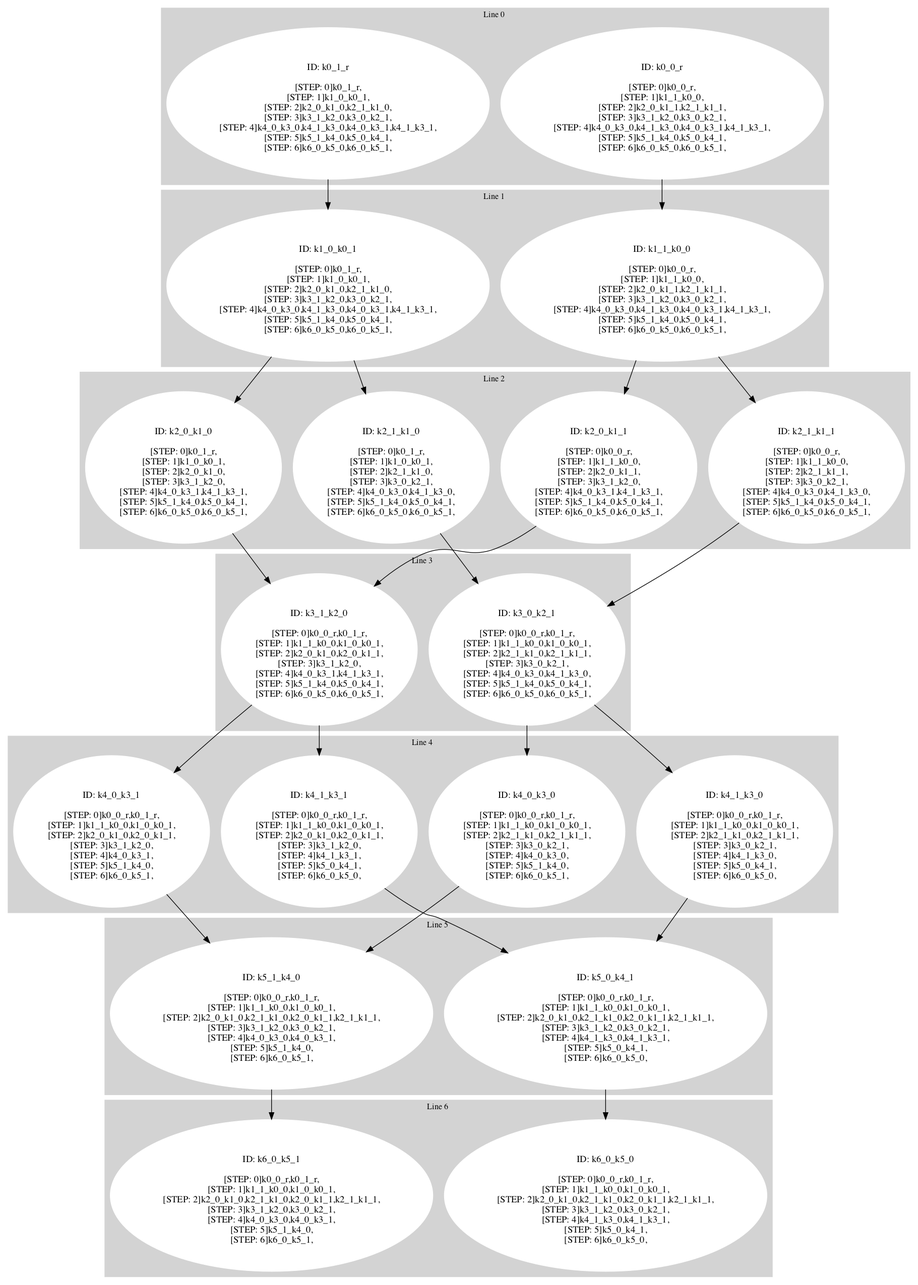
Earlier version of the Graphviz export test_visual/build_nvars3_machine.png (ricardombiot/3sat_machine_original_rs). Its source is kept beside it as test_visual/build_nvars3_machine.dot.
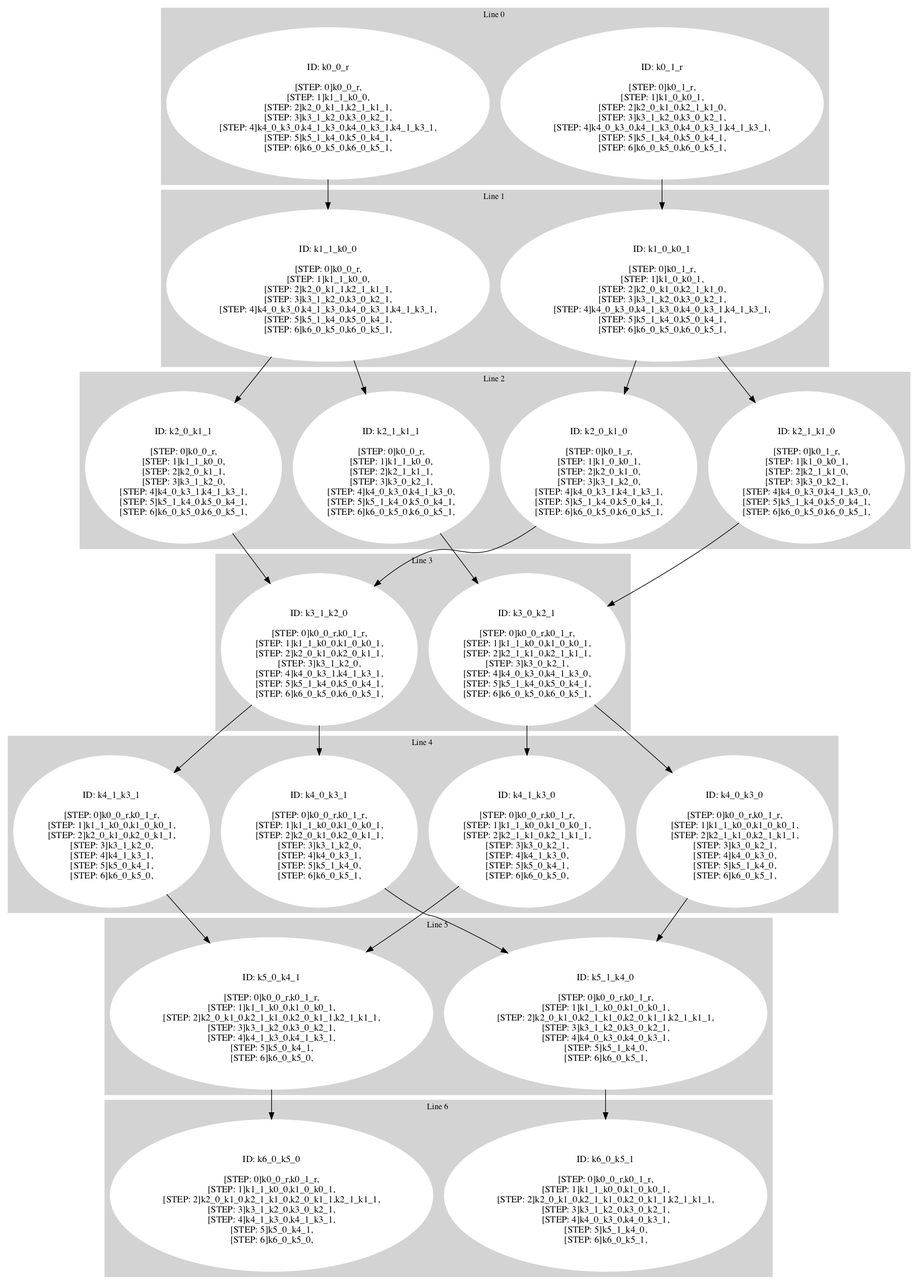
Above is the later version.

Diff of the diagram source:
```diff
@@ -4,18 +4,18 @@
  style=filled;
  color=lightgrey;
      node [style=filled,color=white];
-k0_0_r [label=<<BR /> ID: k0_0_r <BR /> <BR />
-[STEP: 0]k0_0_r,<BR />
-[STEP: 1]k1_1_k0_0,<BR />
-[STEP: 2]k2_0_k1_1,k2_1_k1_1,<BR />
+k0_1_r [label=<<BR /> ID: k0_1_r <BR /> <BR />
+[STEP: 0]k0_1_r,<BR />
+[STEP: 1]k1_0_k0_1,<BR />
+[STEP: 2]k2_0_k1_0,k2_1_k1_0,<BR />
 [STEP: 3]k3_1_k2_0,k3_0_k2_1,<BR />
 [STEP: 4]k4_0_k3_0,k4_1_k3_0,k4_0_k3_1,k4_1_k3_1,<BR />
 [STEP: 5]k5_1_k4_0,k5_0_k4_1,<BR />
 [STEP: 6]k6_0_k5_0,k6_0_k5_1,<BR />
->]k0_1_r [label=<<BR /> ID: k0_1_r <BR /> <BR />
-[STEP: 0]k0_1_r,<BR />
-[STEP: 1]k1_0_k0_1,<BR />
-[STEP: 2]k2_0_k1_0,k2_1_k1_0,<BR />
+>]k0_0_r [label=<<BR /> ID: k0_0_r <BR /> <BR />
+[STEP: 0]k0_0_r,<BR />
+[STEP: 1]k1_1_k0_0,<BR />
+[STEP: 2]k2_0_k1_1,k2_1_k1_1,<BR />
 [STEP: 3]k3_1_k2_0,k3_0_k2_1,<BR />
 [STEP: 4]k4_0_k3_0,k4_1_k3_0,k4_0_k3_1,k4_1_k3_1,<BR />
 [STEP: 5]k5_1_k4_0,k5_0_k4_1,<BR />
@@ -28,18 +28,18 @@
  style=filled;
  color=lightgrey;
      node [style=filled,color=white];
-k1_0_k0_1 [label=<<BR /> ID: k1_0_k0_1 <BR /> <BR />
-[STEP: 0]k0_1_r,<BR />
-[STEP: 1]k1_0_k0_1,<BR />
-[STEP: 2]k2_0_k1_0,k2_1_k1_0,<BR />
+k1_1_k0_0 [label=<<BR /> ID: k1_1_k0_0 <BR /> <BR />
+[STEP: 0]k0_0_r,<BR />
+[STEP: 1]k1_1_k0_0,<BR />
+[STEP: 2]k2_0_k1_1,k2_1_k1_1,<BR />
 [STEP: 3]k3_1_k2_0,k3_0_k2_1,<BR />
 [STEP: 4]k4_0_k3_0,k4_1_k3_0,k4_0_k3_1,k4_1_k3_1,<BR />
 [STEP: 5]k5_1_k4_0,k5_0_k4_1,<BR />
 [STEP: 6]k6_0_k5_0,k6_0_k5_1,<BR />
->]k1_1_k0_0 [label=<<BR /> ID: k1_1_k0_0 <BR /> <BR />
-[STEP: 0]k0_0_r,<BR />
-[STEP: 1]k1_1_k0_0,<BR />
-[STEP: 2]k2_0_k1_1,k2_1_k1_1,<BR />
+>]k1_0_k0_1 [label=<<BR /> ID: k1_0_k0_1 <BR /> <BR />
+[STEP: 0]k0_1_r,<BR />
+[STEP: 1]k1_0_k0_1,<BR />
+[STEP: 2]k2_0_k1_0,k2_1_k1_0,<BR />
 [STEP: 3]k3_1_k2_0,k3_0_k2_1,<BR />
 [STEP: 4]k4_0_k3_0,k4_1_k3_0,k4_0_k3_1,k4_1_k3_1,<BR />
 [STEP: 5]k5_1_k4_0,k5_0_k4_1,<BR />
@@ -60,20 +60,20 @@
 [STEP: 4]k4_0_k3_0,k4_1_k3_0,<BR />
 [STEP: 5]k5_1_k4_0,k5_0_k4_1,<BR />
 [STEP: 6]k6_0_k5_0,k6_0_k5_1,<BR />
+>]k2_1_k1_0 [label=<<BR /> ID: k2_1_k1_0 <BR /> <BR />
+[STEP: 0]k0_1_r,<BR />
+[STEP: 1]k1_0_k0_1,<BR />
+[STEP: 2]k2_1_k1_0,<BR />
+[STEP: 3]k3_0_k2_1,<BR />
+[STEP: 4]k4_0_k3_0,k4_1_k3_0,<BR />
+[STEP: 5]k5_1_k4_0,k5_0_k4_1,<BR />
+[STEP: 6]k6_0_k5_0,k6_0_k5_1,<BR />
 >]k2_0_k1_0 [label=<<BR /> ID: k2_0_k1_0 <BR /> <BR />
 [STEP: 0]k0_1_r,<BR />
 [STEP: 1]k1_0_k0_1,<BR />
 [STEP: 2]k2_0_k1_0,<BR />
 [STEP: 3]k3_1_k2_0,<BR />
 [STEP: 4]k4_0_k3_1,k4_1_k3_1,<BR />
-[STEP: 5]k5_1_k4_0,k5_0_k4_1,<BR />
-[STEP: 6]k6_0_k5_0,k6_0_k5_1,<BR />
->]k2_1_k1_0 [label=<<BR /> ID: k2_1_k1_0 <BR /> <BR />
-[STEP: 0]k0_1_r,<BR />
-[STEP: 1]k1_0_k0_1,<BR />
-[STEP: 2]k2_1_k1_0,<BR />
-[STEP: 3]k3_0_k2_1,<BR />
-[STEP: 4]k4_0_k3_0,k4_1_k3_0,<BR />
 [STEP: 5]k5_1_k4_0,k5_0_k4_1,<BR />
 [STEP: 6]k6_0_k5_0,k6_0_k5_1,<BR />
 >]k2_0_k1_1 [label=<<BR /> ID: k2_0_k1_1 <BR /> <BR />
@@ -92,20 +92,20 @@
  style=filled;
  color=lightgrey;
      node [style=filled,color=white];
-k3_0_k2_1 [label=<<BR /> ID: k3_0_k2_1 <BR /> <BR />
+k3_1_k2_0 [label=<<BR /> ID: k3_1_k2_0 <BR /> <BR />
+[STEP: 0]k0_0_r,k0_1_r,<BR />
+[STEP: 1]k1_1_k0_0,k1_0_k0_1,<BR />
+[STEP: 2]k2_0_k1_0,k2_0_k1_1,<BR />
+[STEP: 3]k3_1_k2_0,<BR />
+[STEP: 4]k4_0_k3_1,k4_1_k3_1,<BR />
+[STEP: 5]k5_1_k4_0,k5_0_k4_1,<BR />
+[STEP: 6]k6_0_k5_0,k6_0_k5_1,<BR />
+>]k3_0_k2_1 [label=<<BR /> ID: k3_0_k2_1 <BR /> <BR />
 [STEP: 0]k0_0_r,k0_1_r,<BR />
 [STEP: 1]k1_1_k0_0,k1_0_k0_1,<BR />
 [STEP: 2]k2_1_k1_0,k2_1_k1_1,<BR />
 [STEP: 3]k3_0_k2_1,<BR />
 [STEP: 4]k4_0_k3_0,k4_1_k3_0,<BR />
-[STEP: 5]k5_1_k4_0,k5_0_k4_1,<BR />
-[STEP: 6]k6_0_k5_0,k6_0_k5_1,<BR />
->]k3_1_k2_0 [label=<<BR /> ID: k3_1_k2_0 <BR /> <BR />
-[STEP: 0]k0_0_r,k0_1_r,<BR />
-[STEP: 1]k1_1_k0_0,k1_0_k0_1,<BR />
-[STEP: 2]k2_0_k1_0,k2_0_k1_1,<BR />
-[STEP: 3]k3_1_k2_0,<BR />
-[STEP: 4]k4_0_k3_1,k4_1_k3_1,<BR />
 [STEP: 5]k5_1_k4_0,k5_0_k4_1,<BR />
 [STEP: 6]k6_0_k5_0,k6_0_k5_1,<BR />
 >]
@@ -116,15 +116,7 @@
  style=filled;
  color=lightgrey;
      node [style=filled,color=white];
-k4_0_k3_1 [label=<<BR /> ID: k4_0_k3_1 <BR /> <BR />
-[STEP: 0]k0_0_r,k0_1_r,<BR />
-[STEP: 1]k1_1_k0_0,k1_0_k0_1,<BR />
-[STEP: 2]k2_0_k1_0,k2_0_k1_1,<BR />
-[STEP: 3]k3_1_k2_0,<BR />
-[STEP: 4]k4_0_k3_1,<BR />
-[STEP: 5]k5_1_k4_0,<BR />
-[STEP: 6]k6_0_k5_1,<BR />
->]k4_1_k3_0 [label=<<BR /> ID: k4_1_k3_0 <BR /> <BR />
+k4_1_k3_0 [label=<<BR /> ID: k4_1_k3_0 <BR /> <BR />
 [STEP: 0]k0_0_r,k0_1_r,<BR />
 [STEP: 1]k1_1_k0_0,k1_0_k0_1,<BR />
 [STEP: 2]k2_1_k1_0,k2_1_k1_1,<BR />
@@ -148,6 +140,14 @@
 [STEP: 4]k4_0_k3_0,<BR />
 [STEP: 5]k5_1_k4_0,<BR />
 [STEP: 6]k6_0_k5_1,<BR />
+>]k4_0_k3_1 [label=<<BR /> ID: k4_0_k3_1 <BR /> <BR />
+[STEP: 0]k0_0_r,k0_1_r,<BR />
+[STEP: 1]k1_1_k0_0,k1_0_k0_1,<BR />
+[STEP: 2]k2_0_k1_0,k2_0_k1_1,<BR />
+[STEP: 3]k3_1_k2_0,<BR />
+[STEP: 4]k4_0_k3_1,<BR />
+[STEP: 5]k5_1_k4_0,<BR />
+[STEP: 6]k6_0_k5_1,<BR />
 >]
      fontsize="12"
      label = "Line 4 "
@@ -156,7 +156,15 @@
  style=filled;
  color=lightgrey;
      node [style=filled,color=white];
-k5_0_k4_1 [label=<<BR /> ID: k5_0_k4_1 <BR /> <BR />
+k5_1_k4_0 [label=<<BR /> ID: k5_1_k4_0 <BR /> <BR />
+[STEP: 0]k0_0_r,k0_1_r,<BR />
+[STEP: 1]k1_1_k0_0,k1_0_k0_1,<BR />
+[STEP: 2]k2_0_k1_0,k2_1_k1_0,k2_0_k1_1,k2_1_k1_1,<BR />
+[STEP: 3]k3_1_k2_0,k3_0_k2_1,<BR />
+[STEP: 4]k4_0_k3_0,k4_0_k3_1,<BR />
+[STEP: 5]k5_1_k4_0,<BR />
+[STEP: 6]k6_0_k5_1,<BR />
+>]k5_0_k4_1 [label=<<BR /> ID: k5_0_k4_1 <BR /> <BR />
 [STEP: 0]k0_0_r,k0_1_r,<BR />
 [STEP: 1]k1_1_k0_0,k1_0_k0_1,<BR />
 [STEP: 2]k2_0_k1_0,k2_1_k1_0,k2_0_k1_1,k2_1_k1_1,<BR />
@@ -164,14 +172,6 @@
 [STEP: 4]k4_1_k3_0,k4_1_k3_1,<BR />
 [STEP: 5]k5_0_k4_1,<BR />
 [STEP: 6]k6_0_k5_0,<BR />
->]k5_1_k4_0 [label=<<BR /> ID: k5_1_k4_0 <BR /> <BR />
-[STEP: 0]k0_0_r,k0_1_r,<BR />
-[STEP: 1]k1_1_k0_0,k1_0_k0_1,<BR />
-[STEP: 2]k2_0_k1_0,k2_1_k1_0,k2_0_k1_1,k2_1_k1_1,<BR />
-[STEP: 3]k3_1_k2_0,k3_0_k2_1,<BR />
-[STEP: 4]k4_0_k3_0,k4_0_k3_1,<BR />
-[STEP: 5]k5_1_k4_0,<BR />
-[STEP: 6]k6_0_k5_1,<BR />
 >]
      fontsize="12"
      label = "Line 5 "
@@ -200,24 +200,24 @@
      fontsize="12"
      label = "Line 6 "
  }
+k0_1_r -> k1_0_k0_1
 k0_0_r -> k1_1_k0_0
-k0_1_r -> k1_0_k0_1
+k1_1_k0_0 -> k2_1_k1_1
+k1_1_k0_0 -> k2_0_k1_1
 k1_0_k0_1 -> k2_1_k1_0
 k1_0_k0_1 -> k2_0_k1_0
-k1_1_k0_0 -> k2_1_k1_1
-k1_1_k0_0 -> k2_0_k1_1
 k2_1_k1_1 -> k3_0_k2_1
+k2_1_k1_0 -> k3_0_k2_1
 k2_0_k1_0 -> k3_1_k2_0
-k2_1_k1_0 -> k3_0_k2_1
 k2_0_k1_1 -> k3_1_k2_0
-k3_0_k2_1 -> k4_0_k3_0
-k3_0_k2_1 -> k4_1_k3_0
 k3_1_k2_0 -> k4_0_k3_1
 k3_1_k2_0 -> k4_1_k3_1
-k4_0_k3_1 -> k5_1_k4_0
+k3_0_k2_1 -> k4_1_k3_0
+k3_0_k2_1 -> k4_0_k3_0
 k4_1_k3_0 -> k5_0_k4_1
 k4_1_k3_1 -> k5_0_k4_1
 k4_0_k3_0 -> k5_1_k4_0
+k4_0_k3_1 -> k5_1_k4_0
+k5_1_k4_0 -> k6_0_k5_1
 k5_0_k4_1 -> k6_0_k5_0
-k5_1_k4_0 -> k6_0_k5_1
 }
```
